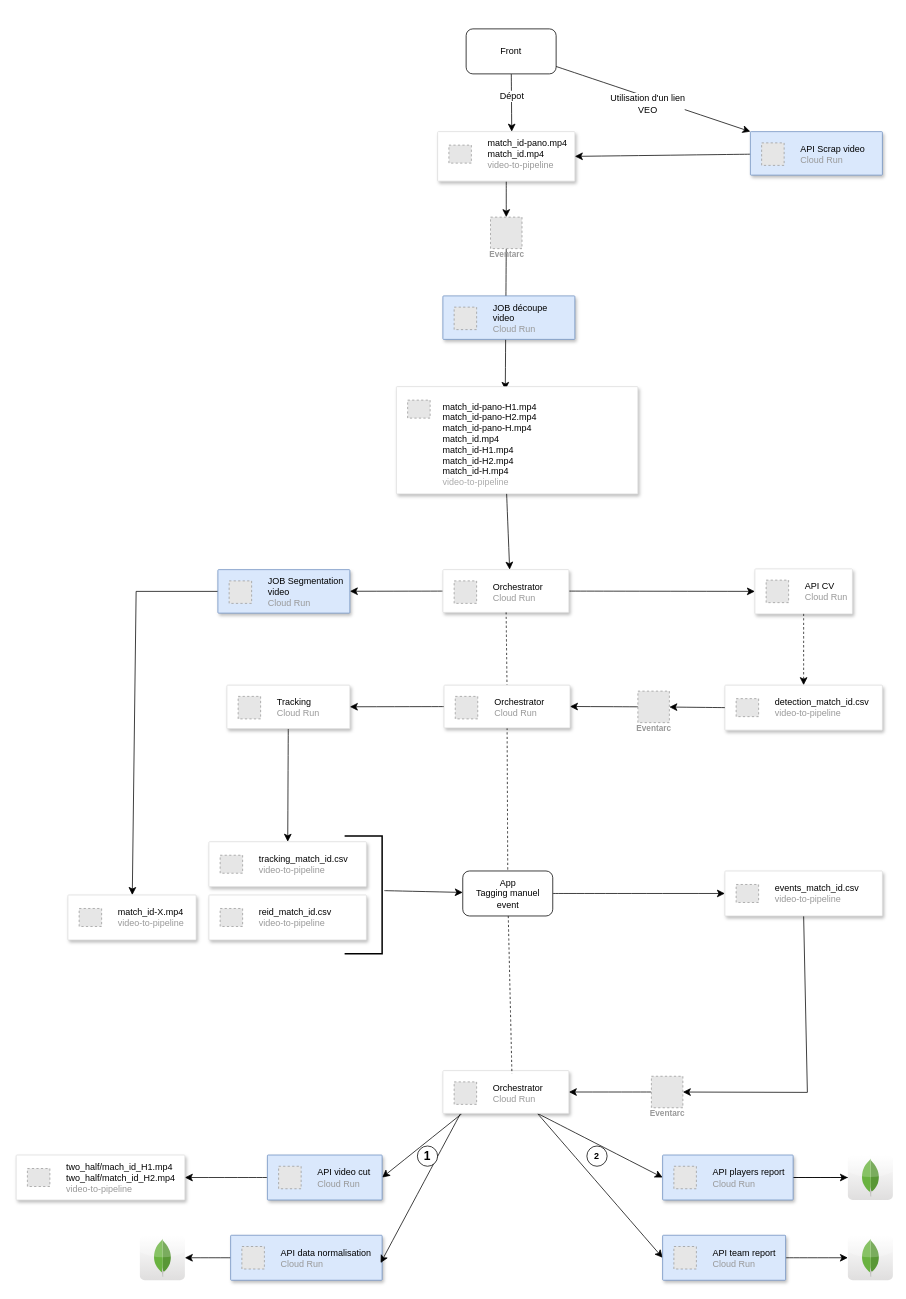
Above: page "Full DS" (1 of 4) of Untitled Diagram.drawio in clairesecehDS/logo (draw.io), before the change. Source tidied: cells renumbered, new cells numbered last; positions are measured from the earlier drawing's top-left corner, leaving out a move shared by most shapes. Both pictures are drawn from the tidied source at 75%, with x=0, y=0 at pixel (16, 28). Pictures stored in the file or linked from it are replaced by grey dashed boxes.
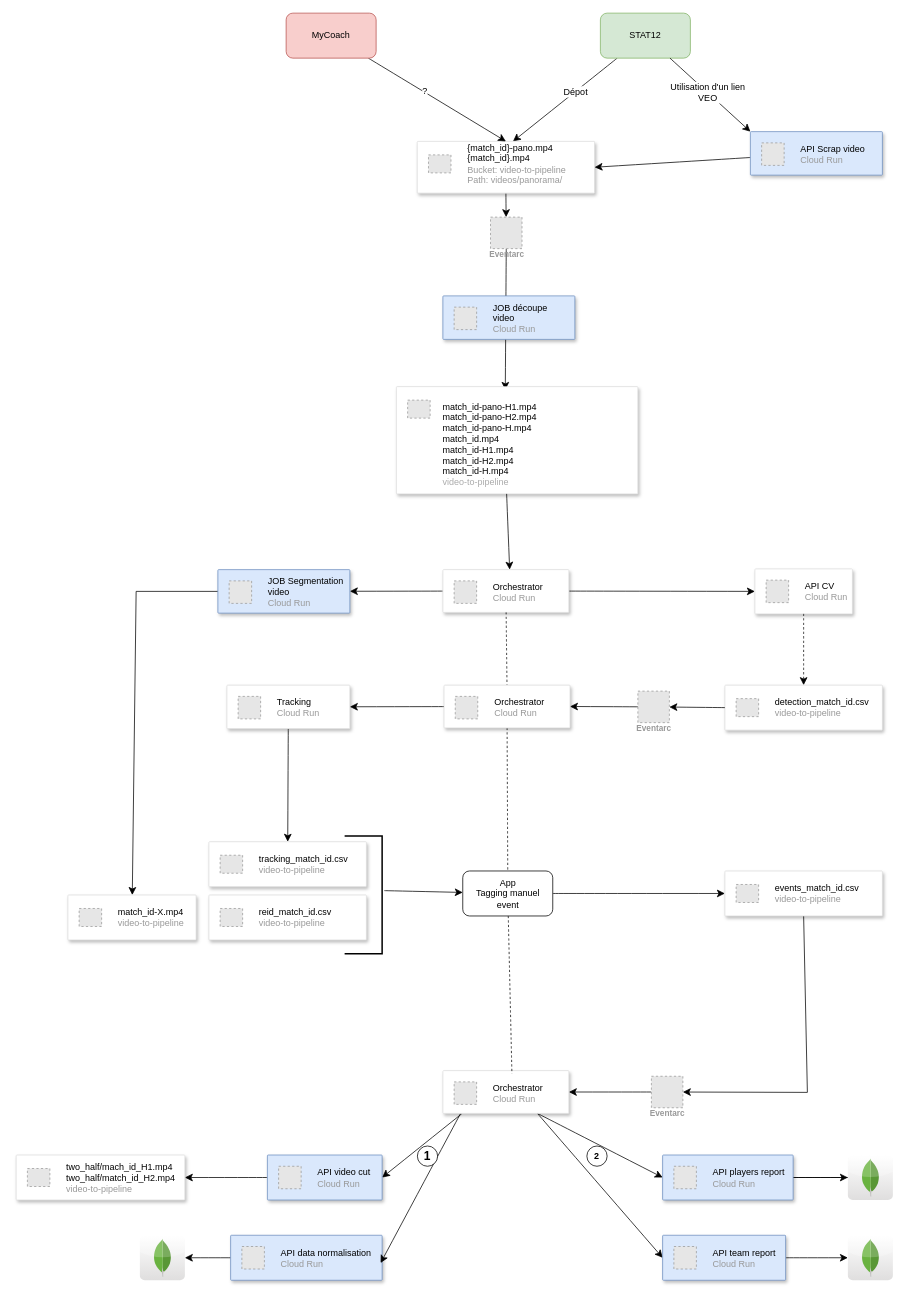
Above is the later version.

Unchanged cells that the change refers to:
```xml
<mxCell id="2" style="edgeStyle=none;curved=1;rounded=0;jettySize=auto;html=1;entryX=0.54;entryY=0;entryDx=0;entryDy=0;fontSize=12;startSize=8;endSize=8;entryPerimeter=0;" parent="1" edge="1" source="4" target="6">
  <mxGeometry relative="1" as="geometry" />
</mxCell>
<mxCell id="54" style="edgeStyle=none;curved=1;rounded=0;jettySize=auto;html=1;fontSize=12;startSize=8;endSize=8;entryX=0;entryY=0;entryDx=0;entryDy=0;" parent="1" edge="1" source="4" target="57">
  <mxGeometry relative="1" as="geometry" />
</mxCell>
```

Change to the diagram source:
```diff
@@
     <mxCell id="3" value="&lt;div&gt;Dépot&lt;/div&gt;" style="edgeLabel;html=1;align=center;verticalAlign=middle;fontSize=12;" parent="2" vertex="1">
       <mxGeometry x="-0.32" y="-1" relative="1" as="geometry">
-        <mxPoint x="1" y="3" as="offset" />
+        <mxPoint x="-8" y="8" as="offset" />
       </mxGeometry>
     </mxCell>
-    <mxCell id="4" value="Front" style="rounded=1;whiteSpace=wrap;html=1;" parent="1" vertex="1">
-      <mxGeometry x="600" width="120" height="60" as="geometry" />
+    <mxCell id="4" value="STAT12" style="rounded=1;whiteSpace=wrap;html=1;fillColor=#d5e8d4;strokeColor=#82b366;" parent="1" vertex="1">
+      <mxGeometry x="779" y="-21" width="120" height="60" as="geometry" />
     </mxCell>
@@
     <mxCell id="6" style="strokeColor=#dddddd;shadow=1;strokeWidth=1;rounded=1;absoluteArcSize=1;arcSize=2;" parent="1" vertex="1">
-      <mxGeometry x="562" y="137" width="183" height="66" as="geometry" />
+      <mxGeometry x="534.8" y="150" width="236.5" height="69" as="geometry" />
     </mxCell>
-    <mxCell id="7" value="&lt;div&gt;&lt;font color=&quot;#000000&quot;&gt;match_id-pano.mp4&lt;/font&gt;&lt;/div&gt;&lt;div&gt;&lt;font color=&quot;#000000&quot;&gt;match_id.mp4&lt;/font&gt;&lt;/div&gt;video-to-pipeline" style="fillColor=#E6E6E6;strokeColor=#999999;dashed=1;html=1;fontColor=#999999;verticalLabelPosition=middle;verticalAlign=middle;labelPosition=right;align=left;spacingLeft=20;" parent="6" vertex="1">
+    <mxCell id="7" value="&lt;div&gt;&lt;font color=&quot;#000000&quot;&gt;{match_id}-pano.mp4&lt;/font&gt;&lt;/div&gt;&lt;div&gt;&lt;font color=&quot;#000000&quot;&gt;{match_id}.mp4&lt;/font&gt;&lt;/div&gt;&lt;div&gt;Bucket: video-to-pipeline&lt;/div&gt;&lt;div&gt;Path: videos/panorama/&lt;br&gt;&lt;/div&gt;" style="fillColor=#E6E6E6;strokeColor=#999999;dashed=1;html=1;fontColor=#999999;verticalLabelPosition=middle;verticalAlign=middle;labelPosition=right;align=left;spacingLeft=20;" parent="6" vertex="1">
       <mxGeometry width="30" height="24" relative="1" as="geometry">
         <mxPoint x="15" y="18" as="offset" />
       </mxGeometry>
     </mxCell>
@@
     <mxCell id="55" value="&lt;div&gt;Utilisation d'un lien&lt;/div&gt;&lt;div&gt;VEO&lt;br&gt;&lt;/div&gt;" style="edgeLabel;html=1;align=center;verticalAlign=middle;fontSize=12;" parent="54" vertex="1">
       <mxGeometry x="0.15" y="-2" relative="1" as="geometry">
-        <mxPoint x="-27" y="-2" as="offset" />
+        <mxPoint x="-11" y="-13" as="offset" />
       </mxGeometry>
     </mxCell>
@@
+    <mxCell id="86" style="edgeStyle=none;curved=1;rounded=0;jettySize=auto;html=1;entryX=0.5;entryY=0;entryDx=0;entryDy=0;fontSize=12;startSize=8;endSize=8;" parent="1" edge="1" source="88" target="6">
+      <mxGeometry relative="1" as="geometry" />
+    </mxCell>
+    <mxCell id="87" value="?" style="edgeLabel;html=1;align=center;verticalAlign=middle;fontSize=12;" parent="86" vertex="1">
+      <mxGeometry x="-0.22" y="1" relative="1" as="geometry">
+        <mxPoint x="3" y="1" as="offset" />
+      </mxGeometry>
+    </mxCell>
+    <mxCell id="88" value="MyCoach" style="rounded=1;whiteSpace=wrap;html=1;fillColor=#f8cecc;strokeColor=#b85450;" parent="1" vertex="1">
+      <mxGeometry x="360" y="-21" width="120" height="60" as="geometry" />
+    </mxCell>
```
